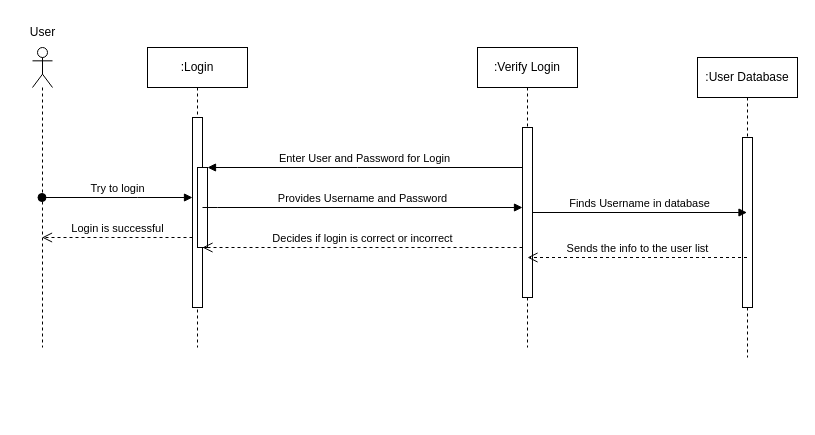
Above: Login Sequence Diagram.drawio in adl409/SE-project-Group-5 (draw.io), before the change. Source tidied: cells renumbered, new cells numbered last; positions are measured from the earlier drawing's top-left corner, leaving out a move shared by most shapes. Both pictures are drawn from the tidied source at 100%, with x=0, y=0 at pixel (17, 17).
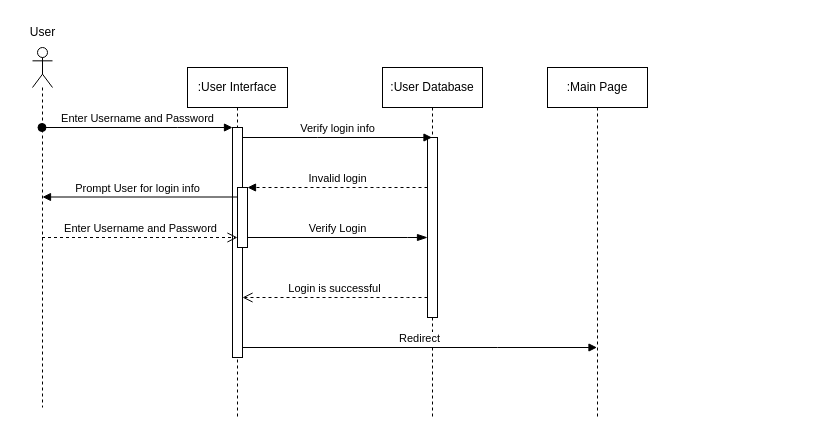
The same page after the edit.

The edit, as a diff of the source:
```diff
@@
-    <mxCell id="2" value=":Login" style="shape=umlLifeline;perimeter=lifelinePerimeter;whiteSpace=wrap;html=1;outlineConnect=0;portConstraint=eastwest;newEdgeStyle={&quot;edgeStyle&quot;:&quot;elbowEdgeStyle&quot;,&quot;elbow&quot;:&quot;vertical&quot;,&quot;curved&quot;:0,&quot;rounded&quot;:0};" parent="1" vertex="1">
-      <mxGeometry x="130" y="30" width="100" height="300" as="geometry" />
+    <mxCell id="2" value=":User Interface" style="shape=umlLifeline;perimeter=lifelinePerimeter;whiteSpace=wrap;html=1;outlineConnect=0;portConstraint=eastwest;newEdgeStyle={&quot;edgeStyle&quot;:&quot;elbowEdgeStyle&quot;,&quot;elbow&quot;:&quot;vertical&quot;,&quot;curved&quot;:0,&quot;rounded&quot;:0};" parent="1" vertex="1">
+      <mxGeometry x="170" y="50" width="100" height="350" as="geometry" />
     </mxCell>
     <mxCell id="3" style="html=1;points=[];perimeter=orthogonalPerimeter;outlineConnect=0;targetShapes=umlLifeline;portConstraint=eastwest;newEdgeStyle={&quot;edgeStyle&quot;:&quot;elbowEdgeStyle&quot;,&quot;elbow&quot;:&quot;vertical&quot;,&quot;curved&quot;:0,&quot;rounded&quot;:0};" parent="2" vertex="1">
-      <mxGeometry x="45" y="70" width="10" height="190" as="geometry" />
+      <mxGeometry x="45" y="60" width="10" height="230" as="geometry" />
     </mxCell>
@@
     <mxCell id="5" style="html=1;points=[];perimeter=orthogonalPerimeter;outlineConnect=0;targetShapes=umlLifeline;portConstraint=eastwest;newEdgeStyle={&quot;edgeStyle&quot;:&quot;elbowEdgeStyle&quot;,&quot;elbow&quot;:&quot;vertical&quot;,&quot;curved&quot;:0,&quot;rounded&quot;:0};" parent="2" vertex="1">
-      <mxGeometry x="50" y="120" width="10" height="80" as="geometry" />
+      <mxGeometry x="50" y="120" width="10" height="60" as="geometry" />
     </mxCell>
-    <mxCell id="6" value=":Verify Login" style="shape=umlLifeline;perimeter=lifelinePerimeter;whiteSpace=wrap;html=1;newEdgeStyle={&quot;edgeStyle&quot;:&quot;elbowEdgeStyle&quot;,&quot;elbow&quot;:&quot;vertical&quot;,&quot;curved&quot;:0,&quot;rounded&quot;:0};" parent="1" vertex="1">
-      <mxGeometry x="460" y="30" width="100" height="300" as="geometry" />
-    </mxCell>
-    <mxCell id="7" style="html=1;points=[];perimeter=orthogonalPerimeter;outlineConnect=0;targetShapes=umlLifeline;portConstraint=eastwest;newEdgeStyle={&quot;edgeStyle&quot;:&quot;elbowEdgeStyle&quot;,&quot;elbow&quot;:&quot;vertical&quot;,&quot;curved&quot;:0,&quot;rounded&quot;:0};" parent="6" vertex="1">
-      <mxGeometry x="45" y="80" width="10" height="170" as="geometry" />
-    </mxCell>
-    <mxCell id="8" value="Provides Username and Password" style="html=1;verticalAlign=bottom;endArrow=block;edgeStyle=elbowEdgeStyle;elbow=vertical;curved=0;rounded=0;" parent="1" edge="1" source="3" target="7">
-      <mxGeometry relative="1" as="geometry">
-        <Array as="points">
-          <mxPoint x="200" y="190" />
-          <mxPoint x="170" y="110" />
-        </Array>
-      </mxGeometry>
-    </mxCell>
-    <mxCell id="9" value="Decides if login is correct or incorrect" style="html=1;verticalAlign=bottom;endArrow=open;dashed=1;endSize=8;edgeStyle=elbowEdgeStyle;elbow=vertical;curved=0;rounded=0;" parent="1" edge="1" source="7" target="3">
-      <mxGeometry relative="1" as="geometry">
-        <Array as="points">
-          <mxPoint x="200" y="230" />
-        </Array>
-      </mxGeometry>
-    </mxCell>
-    <mxCell id="10" value="Enter User and Password for Login" style="html=1;verticalAlign=bottom;endArrow=block;edgeStyle=elbowEdgeStyle;elbow=vertical;curved=0;rounded=0;" parent="1" edge="1" source="7" target="5">
-      <mxGeometry relative="1" as="geometry">
-        <Array as="points">
-          <mxPoint x="340" y="150" />
-          <mxPoint x="180" y="150" />
-        </Array>
-      </mxGeometry>
-    </mxCell>
     <mxCell id="11" value=":User Database" style="shape=umlLifeline;perimeter=lifelinePerimeter;whiteSpace=wrap;html=1;outlineConnect=0;portConstraint=eastwest;newEdgeStyle={&quot;edgeStyle&quot;:&quot;elbowEdgeStyle&quot;,&quot;elbow&quot;:&quot;vertical&quot;,&quot;curved&quot;:0,&quot;rounded&quot;:0};" parent="1" vertex="1">
-      <mxGeometry x="680" y="40" width="100" height="300" as="geometry" />
+      <mxGeometry x="365" y="50" width="100" height="350" as="geometry" />
     </mxCell>
     <mxCell id="12" style="html=1;points=[];perimeter=orthogonalPerimeter;outlineConnect=0;targetShapes=umlLifeline;portConstraint=eastwest;newEdgeStyle={&quot;edgeStyle&quot;:&quot;elbowEdgeStyle&quot;,&quot;elbow&quot;:&quot;vertical&quot;,&quot;curved&quot;:0,&quot;rounded&quot;:0};" parent="11" vertex="1">
-      <mxGeometry x="45" y="80" width="10" height="170" as="geometry" />
+      <mxGeometry x="45" y="70" width="10" height="180" as="geometry" />
     </mxCell>
     <mxCell id="13" style="shape=umlLifeline;perimeter=lifelinePerimeter;whiteSpace=wrap;html=1;outlineConnect=0;portConstraint=eastwest;newEdgeStyle={&quot;edgeStyle&quot;:&quot;elbowEdgeStyle&quot;,&quot;elbow&quot;:&quot;vertical&quot;,&quot;curved&quot;:0,&quot;rounded&quot;:0};participant=umlActor;" parent="1" vertex="1">
-      <mxGeometry x="15" y="30" width="20" height="300" as="geometry" />
+      <mxGeometry x="15" y="30" width="20" height="360" as="geometry" />
     </mxCell>
-    <mxCell id="14" value="Try to login" style="html=1;verticalAlign=bottom;startArrow=oval;endArrow=block;startSize=8;edgeStyle=elbowEdgeStyle;elbow=vertical;curved=0;rounded=0;" parent="1" edge="1" source="13" target="3">
+    <mxCell id="14" value="Enter Username and Password" style="html=1;verticalAlign=bottom;startArrow=oval;endArrow=block;startSize=8;edgeStyle=elbowEdgeStyle;elbow=vertical;curved=0;rounded=0;" parent="1" edge="1" source="13" target="3">
       <mxGeometry relative="1" as="geometry">
         <Array as="points">
+          <mxPoint x="160" y="110" />
+          <mxPoint x="100" y="140" />
           <mxPoint x="120" y="180" />
         </Array>
       </mxGeometry>
     </mxCell>
@@
-    <mxCell id="16" value="Login is successful" style="html=1;verticalAlign=bottom;endArrow=open;dashed=1;endSize=8;edgeStyle=elbowEdgeStyle;elbow=vertical;curved=0;rounded=0;" parent="1" edge="1" source="3" target="13">
+    <mxCell id="16" value="Login is successful" style="html=1;verticalAlign=bottom;endArrow=open;dashed=1;endSize=8;edgeStyle=elbowEdgeStyle;elbow=vertical;curved=0;rounded=0;" parent="1" edge="1" source="12" target="3">
       <mxGeometry relative="1" as="geometry">
         <Array as="points">
+          <mxPoint x="390" y="280" />
+          <mxPoint x="270" y="260" />
+          <mxPoint x="260" y="330" />
+          <mxPoint x="350" y="260" />
+          <mxPoint x="320" y="280" />
+          <mxPoint x="180" y="270" />
+          <mxPoint x="130" y="300" />
           <mxPoint x="90" y="220" />
         </Array>
       </mxGeometry>
     </mxCell>
-    <mxCell id="17" value="Finds Username in database" style="html=1;verticalAlign=bottom;endArrow=block;edgeStyle=elbowEdgeStyle;elbow=vertical;curved=0;rounded=0;" parent="1" edge="1" source="7" target="11">
-      <mxGeometry relative="1" as="geometry" />
+    <mxCell id="17" value="Verify login info" style="html=1;verticalAlign=bottom;endArrow=block;edgeStyle=elbowEdgeStyle;elbow=vertical;curved=0;rounded=0;" parent="1" edge="1" target="11">
+      <mxGeometry relative="1" as="geometry">
+        <mxPoint x="225" y="120" as="sourcePoint" />
+        <Array as="points">
+          <mxPoint x="300" y="120" />
+          <mxPoint x="590" y="150" />
+        </Array>
+      </mxGeometry>
     </mxCell>
-    <mxCell id="18" value="Sends the info to the user list" style="html=1;verticalAlign=bottom;endArrow=open;dashed=1;endSize=8;edgeStyle=elbowEdgeStyle;elbow=vertical;curved=0;rounded=0;entryX=0.5;entryY=0.765;entryDx=0;entryDy=0;entryPerimeter=0;" parent="1" edge="1" source="11" target="7">
-      <mxGeometry relative="1" as="geometry" />
-    </mxCell>
+    <mxCell id="19" value="Invalid login" style="html=1;verticalAlign=bottom;endArrow=block;edgeStyle=elbowEdgeStyle;elbow=vertical;curved=0;rounded=0;dashed=1;" parent="1" edge="1" source="12" target="5">
+      <mxGeometry relative="1" as="geometry">
+        <Array as="points">
+          <mxPoint x="360" y="170" />
+          <mxPoint x="340" y="200" />
+          <mxPoint x="365" y="150" />
+        </Array>
+      </mxGeometry>
+    </mxCell>
+    <mxCell id="20" value="Prompt User for login info" style="html=1;verticalAlign=bottom;endArrow=block;edgeStyle=elbowEdgeStyle;elbow=vertical;curved=0;rounded=0;" parent="1" edge="1">
+      <mxGeometry x="0.02" relative="1" as="geometry">
+        <mxPoint x="220" y="179.5" as="sourcePoint" />
+        <mxPoint x="25" y="180" as="targetPoint" />
+        <Array as="points">
+          <mxPoint x="170" y="179.5" />
+          <mxPoint x="150" y="209.5" />
+          <mxPoint x="175" y="159.5" />
+        </Array>
+      </mxGeometry>
+    </mxCell>
+    <mxCell id="21" value="Enter Username and Password" style="html=1;verticalAlign=bottom;endArrow=open;dashed=1;endSize=8;edgeStyle=elbowEdgeStyle;elbow=vertical;curved=0;rounded=0;" parent="1" edge="1" source="13">
+      <mxGeometry relative="1" as="geometry">
+        <mxPoint x="220" y="220" as="targetPoint" />
+        <Array as="points">
+          <mxPoint x="105" y="220" />
+        </Array>
+      </mxGeometry>
+    </mxCell>
+    <mxCell id="22" value="Verify Login" style="html=1;verticalAlign=bottom;endArrow=blockThin;endSize=8;edgeStyle=elbowEdgeStyle;elbow=vertical;curved=0;rounded=0;endFill=1;" parent="1" edge="1" source="5">
+      <mxGeometry relative="1" as="geometry">
+        <mxPoint x="410" y="220" as="targetPoint" />
+        <Array as="points">
+          <mxPoint x="390" y="220" />
+          <mxPoint x="390" y="210" />
+          <mxPoint x="320" y="224.5" />
+        </Array>
+      </mxGeometry>
+    </mxCell>
+    <mxCell id="23" value=":Main Page" style="shape=umlLifeline;perimeter=lifelinePerimeter;whiteSpace=wrap;html=1;outlineConnect=0;portConstraint=eastwest;newEdgeStyle={&quot;edgeStyle&quot;:&quot;elbowEdgeStyle&quot;,&quot;elbow&quot;:&quot;vertical&quot;,&quot;curved&quot;:0,&quot;rounded&quot;:0};" parent="1" vertex="1">
+      <mxGeometry x="530" y="50" width="100" height="350" as="geometry" />
+    </mxCell>
+    <mxCell id="24" value="Redirect" style="html=1;verticalAlign=bottom;endArrow=block;edgeStyle=elbowEdgeStyle;elbow=vertical;curved=0;rounded=0;" parent="1" edge="1" source="3" target="23">
+      <mxGeometry relative="1" as="geometry">
+        <Array as="points">
+          <mxPoint x="480" y="330" />
+          <mxPoint x="330" y="350" />
+          <mxPoint x="280" y="320" />
+          <mxPoint x="325" y="320" />
+          <mxPoint x="615" y="350" />
+        </Array>
+      </mxGeometry>
+    </mxCell>
```
